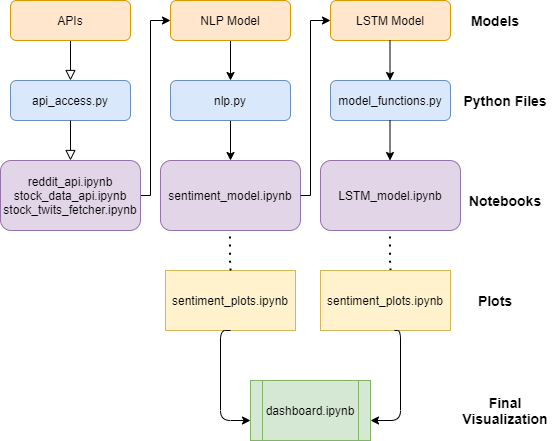
Above: images/code_flowchart.png in moartheta/MemeStockSentimentAnalysis (draw.io), before the change. Source tidied: cells renumbered, new cells last; positions are measured from the earlier drawing's top-left corner, leaving out a move shared by most shapes. The source it was exported from:
```xml
<mxGraphModel>
  <root>
    <mxCell id="0" />
    <mxCell id="1" parent="0" />
    <mxCell id="2" style="rounded=0;html=1;jettySize=auto;fontSize=11;endArrow=block;endFill=0;endSize=8;strokeWidth=1;shadow=0;labelBackgroundColor=none;edgeStyle=orthogonalEdgeStyle;entryX=0.5;entryY=0;entryDx=0;entryDy=0;" parent="1" edge="1" source="3" target="4">
      <mxGeometry relative="1" as="geometry" />
    </mxCell>
    <mxCell id="3" value="APIs" style="rounded=1;whiteSpace=wrap;html=1;fontSize=12;glass=0;strokeWidth=1;shadow=0;fillColor=#ffe6cc;strokeColor=#d79b00;" parent="1" vertex="1">
      <mxGeometry x="10" width="120" height="40" as="geometry" />
    </mxCell>
    <mxCell id="4" value="api_access.py" style="rounded=1;whiteSpace=wrap;html=1;fontSize=12;glass=0;strokeWidth=1;shadow=0;fillColor=#dae8fc;strokeColor=#6c8ebf;" parent="1" vertex="1">
      <mxGeometry x="10" y="80" width="120" height="40" as="geometry" />
    </mxCell>
    <mxCell id="5" style="edgeStyle=orthogonalEdgeStyle;rounded=0;jettySize=auto;html=1;exitX=1;exitY=0.5;exitDx=0;exitDy=0;entryX=0;entryY=0.5;entryDx=0;entryDy=0;" parent="1" edge="1" source="6" target="8">
      <mxGeometry relative="1" as="geometry">
        <Array as="points">
          <mxPoint x="150" y="195" />
          <mxPoint x="150" y="20" />
        </Array>
      </mxGeometry>
    </mxCell>
    <mxCell id="6" value="reddit_api.ipynb&lt;br&gt;stock_data_api.ipynb&lt;br&gt;stock_twits_fetcher.ipynb&lt;br&gt;" style="rounded=1;whiteSpace=wrap;html=1;fontSize=12;glass=0;strokeWidth=1;shadow=0;fillColor=#e1d5e7;strokeColor=#9673a6;" parent="1" vertex="1">
      <mxGeometry y="160" width="140" height="70" as="geometry" />
    </mxCell>
    <mxCell id="7" style="edgeStyle=orthogonalEdgeStyle;rounded=0;jettySize=auto;html=1;exitX=0.5;exitY=1;exitDx=0;exitDy=0;entryX=0.5;entryY=0;entryDx=0;entryDy=0;" parent="1" edge="1" source="8" target="10">
      <mxGeometry relative="1" as="geometry" />
    </mxCell>
    <mxCell id="8" value="NLP Model" style="rounded=1;whiteSpace=wrap;html=1;fontSize=12;glass=0;strokeWidth=1;shadow=0;fillColor=#ffe6cc;strokeColor=#d79b00;" parent="1" vertex="1">
      <mxGeometry x="170" width="120" height="40" as="geometry" />
    </mxCell>
    <mxCell id="9" style="edgeStyle=orthogonalEdgeStyle;rounded=0;jettySize=auto;html=1;exitX=0.5;exitY=1;exitDx=0;exitDy=0;" parent="1" edge="1" source="10">
      <mxGeometry relative="1" as="geometry">
        <mxPoint x="230" y="160" as="targetPoint" />
      </mxGeometry>
    </mxCell>
    <mxCell id="10" value="nlp.py" style="rounded=1;whiteSpace=wrap;html=1;fontSize=12;glass=0;strokeWidth=1;shadow=0;fillColor=#dae8fc;strokeColor=#6c8ebf;" parent="1" vertex="1">
      <mxGeometry x="170" y="80" width="120" height="40" as="geometry" />
    </mxCell>
    <mxCell id="11" style="rounded=0;html=1;jettySize=auto;fontSize=11;endArrow=block;endFill=0;endSize=8;strokeWidth=1;shadow=0;labelBackgroundColor=none;edgeStyle=orthogonalEdgeStyle;exitX=0.5;exitY=1;exitDx=0;exitDy=0;" parent="1" edge="1" source="4">
      <mxGeometry relative="1" as="geometry">
        <mxPoint x="70" y="160" as="targetPoint" />
      </mxGeometry>
    </mxCell>
    <mxCell id="12" value="sentiment_model.ipynb" style="rounded=1;whiteSpace=wrap;html=1;fontSize=12;glass=0;strokeWidth=1;shadow=0;fillColor=#e1d5e7;strokeColor=#9673a6;" parent="1" vertex="1">
      <mxGeometry x="160" y="160" width="140" height="70" as="geometry" />
    </mxCell>
    <mxCell id="13" value="sentiment_plots.ipynb" style="rounded=0;whiteSpace=wrap;html=1;fillColor=#fff2cc;strokeColor=#d6b656;" parent="1" vertex="1">
      <mxGeometry x="165" y="270" width="130" height="60" as="geometry" />
    </mxCell>
    <mxCell id="14" style="endArrow=none;dashed=1;html=1;dashPattern=1 3;strokeWidth=2;" parent="1" edge="1">
      <mxGeometry relative="1" as="geometry">
        <mxPoint x="230" y="270" as="sourcePoint" />
        <mxPoint x="229.5" y="230" as="targetPoint" />
        <Array as="points">
          <mxPoint x="229.5" y="260" />
        </Array>
      </mxGeometry>
    </mxCell>
    <mxCell id="15" style="edgeStyle=orthogonalEdgeStyle;rounded=0;orthogonalLoop=1;jettySize=auto;html=1;exitX=1;exitY=0.5;exitDx=0;exitDy=0;entryX=0;entryY=0.5;entryDx=0;entryDy=0;" parent="1" edge="1">
      <mxGeometry relative="1" as="geometry">
        <mxPoint x="300" y="195" as="sourcePoint" />
        <mxPoint x="330" y="20" as="targetPoint" />
        <Array as="points">
          <mxPoint x="310" y="195" />
          <mxPoint x="310" y="20" />
        </Array>
      </mxGeometry>
    </mxCell>
    <mxCell id="16" value="LSTM Model" style="rounded=1;whiteSpace=wrap;html=1;fontSize=12;glass=0;strokeWidth=1;shadow=0;fillColor=#ffe6cc;strokeColor=#d79b00;" parent="1" vertex="1">
      <mxGeometry x="330" width="120" height="40" as="geometry" />
    </mxCell>
    <mxCell id="17" value="model_functions.py" style="rounded=1;whiteSpace=wrap;html=1;fontSize=12;glass=0;strokeWidth=1;shadow=0;fillColor=#dae8fc;strokeColor=#6c8ebf;" parent="1" vertex="1">
      <mxGeometry x="330" y="80" width="120" height="40" as="geometry" />
    </mxCell>
    <mxCell id="18" style="edgeStyle=orthogonalEdgeStyle;rounded=0;orthogonalLoop=1;jettySize=auto;html=1;exitX=0.5;exitY=1;exitDx=0;exitDy=0;entryX=0.5;entryY=0;entryDx=0;entryDy=0;" parent="1" edge="1">
      <mxGeometry relative="1" as="geometry">
        <mxPoint x="389.5" y="40" as="sourcePoint" />
        <mxPoint x="389.5" y="80" as="targetPoint" />
      </mxGeometry>
    </mxCell>
    <mxCell id="19" value="LSTM_model.ipynb" style="rounded=1;whiteSpace=wrap;html=1;fontSize=12;glass=0;strokeWidth=1;shadow=0;fillColor=#e1d5e7;strokeColor=#9673a6;" parent="1" vertex="1">
      <mxGeometry x="320" y="160" width="140" height="70" as="geometry" />
    </mxCell>
    <mxCell id="20" style="edgeStyle=orthogonalEdgeStyle;rounded=0;orthogonalLoop=1;jettySize=auto;html=1;exitX=0.5;exitY=1;exitDx=0;exitDy=0;" parent="1" edge="1">
      <mxGeometry relative="1" as="geometry">
        <mxPoint x="389.5" y="120" as="sourcePoint" />
        <mxPoint x="389.5" y="160" as="targetPoint" />
      </mxGeometry>
    </mxCell>
    <mxCell id="21" style="endArrow=none;dashed=1;html=1;dashPattern=1 3;strokeWidth=2;" parent="1" edge="1">
      <mxGeometry relative="1" as="geometry">
        <mxPoint x="390" y="270" as="sourcePoint" />
        <mxPoint x="389.5" y="230" as="targetPoint" />
        <Array as="points">
          <mxPoint x="389.5" y="260" />
        </Array>
      </mxGeometry>
    </mxCell>
    <mxCell id="22" value="sentiment_plots.ipynb" style="rounded=0;whiteSpace=wrap;html=1;fillColor=#fff2cc;strokeColor=#d6b656;" parent="1" vertex="1">
      <mxGeometry x="320" y="270" width="130" height="60" as="geometry" />
    </mxCell>
    <mxCell id="23" value="dashboard.ipynb" style="shape=process;whiteSpace=wrap;html=1;backgroundOutline=1;fillColor=#d5e8d4;strokeColor=#82b366;" parent="1" vertex="1">
      <mxGeometry x="250" y="380" width="120" height="60" as="geometry" />
    </mxCell>
    <mxCell id="24" style="edgeStyle=segmentEdgeStyle;endArrow=classic;html=1;exitX=0.5;exitY=1;exitDx=0;exitDy=0;" parent="1" edge="1" source="13">
      <mxGeometry relative="1" as="geometry">
        <mxPoint x="250" y="420" as="targetPoint" />
        <Array as="points">
          <mxPoint x="220" y="330" />
          <mxPoint x="220" y="420" />
          <mxPoint x="250" y="420" />
        </Array>
      </mxGeometry>
    </mxCell>
    <mxCell id="25" style="edgeStyle=segmentEdgeStyle;endArrow=classic;html=1;exitX=0.5;exitY=1;exitDx=0;exitDy=0;" parent="1" edge="1">
      <mxGeometry relative="1" as="geometry">
        <mxPoint x="394" y="330" as="sourcePoint" />
        <mxPoint x="370" y="420" as="targetPoint" />
        <Array as="points">
          <mxPoint x="400" y="330" />
          <mxPoint x="400" y="420" />
          <mxPoint x="370" y="420" />
        </Array>
      </mxGeometry>
    </mxCell>
    <mxCell id="26" value="&lt;font style=&quot;font-size: 14px&quot;&gt;&lt;b&gt;Python Files&lt;/b&gt;&lt;/font&gt;" style="text;html=1;strokeColor=none;fillColor=none;align=center;verticalAlign=middle;whiteSpace=wrap;rounded=0;strokeWidth=3;" parent="1" vertex="1">
      <mxGeometry x="460" y="90" width="90" height="20" as="geometry" />
    </mxCell>
    <mxCell id="27" value="&lt;span style=&quot;font-size: 14px&quot;&gt;&lt;b&gt;Models&lt;/b&gt;&lt;/span&gt;" style="text;html=1;strokeColor=none;fillColor=none;align=center;verticalAlign=middle;whiteSpace=wrap;rounded=0;strokeWidth=3;" parent="1" vertex="1">
      <mxGeometry x="450" y="10" width="90" height="20" as="geometry" />
    </mxCell>
    <mxCell id="28" value="&lt;font style=&quot;font-size: 14px&quot;&gt;&lt;b&gt;Notebooks&lt;/b&gt;&lt;/font&gt;" style="text;html=1;strokeColor=none;fillColor=none;align=center;verticalAlign=middle;whiteSpace=wrap;rounded=0;strokeWidth=3;" parent="1" vertex="1">
      <mxGeometry x="460" y="190" width="90" height="20" as="geometry" />
    </mxCell>
    <mxCell id="29" value="&lt;span style=&quot;font-size: 14px&quot;&gt;&lt;b&gt;Plots&lt;/b&gt;&lt;/span&gt;" style="text;html=1;strokeColor=none;fillColor=none;align=center;verticalAlign=middle;whiteSpace=wrap;rounded=0;strokeWidth=3;" parent="1" vertex="1">
      <mxGeometry x="450" y="290" width="90" height="20" as="geometry" />
    </mxCell>
    <mxCell id="30" value="&lt;font style=&quot;font-size: 14px&quot;&gt;&lt;b&gt;Final Visualization&lt;/b&gt;&lt;/font&gt;" style="text;html=1;strokeColor=none;fillColor=none;align=center;verticalAlign=middle;whiteSpace=wrap;rounded=0;strokeWidth=3;" parent="1" vertex="1">
      <mxGeometry x="460" y="400" width="90" height="20" as="geometry" />
    </mxCell>
  </root>
</mxGraphModel>
```
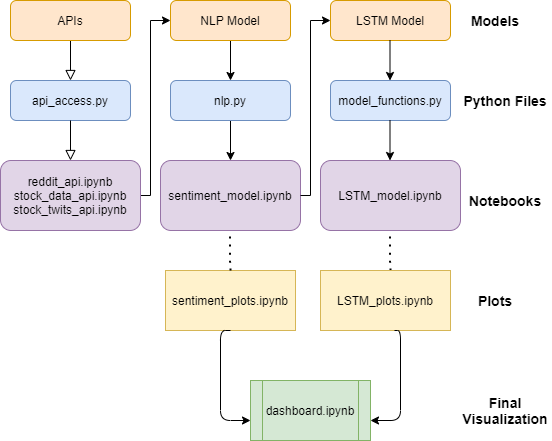
Above is the later version.

Commit message:
tweaked code_flowchart

Diff of the diagram source:
```diff
@@ -19,7 +19,7 @@
         </Array>
       </mxGeometry>
     </mxCell>
-    <mxCell id="6" value="reddit_api.ipynb&lt;br&gt;stock_data_api.ipynb&lt;br&gt;stock_twits_fetcher.ipynb&lt;br&gt;" style="rounded=1;whiteSpace=wrap;html=1;fontSize=12;glass=0;strokeWidth=1;shadow=0;fillColor=#e1d5e7;strokeColor=#9673a6;" parent="1" vertex="1">
+    <mxCell id="6" value="reddit_api.ipynb&lt;br&gt;stock_data_api.ipynb&lt;br&gt;stock_twits_api.ipynb" style="rounded=1;whiteSpace=wrap;html=1;fontSize=12;glass=0;strokeWidth=1;shadow=0;fillColor=#e1d5e7;strokeColor=#9673a6;" parent="1" vertex="1">
       <mxGeometry y="160" width="140" height="70" as="geometry" />
     </mxCell>
     <mxCell id="7" style="edgeStyle=orthogonalEdgeStyle;rounded=0;jettySize=auto;html=1;exitX=0.5;exitY=1;exitDx=0;exitDy=0;entryX=0.5;entryY=0;entryDx=0;entryDy=0;" parent="1" edge="1" source="8" target="10">
@@ -96,7 +96,7 @@
         </Array>
       </mxGeometry>
     </mxCell>
-    <mxCell id="22" value="sentiment_plots.ipynb" style="rounded=0;whiteSpace=wrap;html=1;fillColor=#fff2cc;strokeColor=#d6b656;" parent="1" vertex="1">
+    <mxCell id="22" value="LSTM_plots.ipynb" style="rounded=0;whiteSpace=wrap;html=1;fillColor=#fff2cc;strokeColor=#d6b656;" parent="1" vertex="1">
       <mxGeometry x="320" y="270" width="130" height="60" as="geometry" />
     </mxCell>
     <mxCell id="23" value="dashboard.ipynb" style="shape=process;whiteSpace=wrap;html=1;backgroundOutline=1;fillColor=#d5e8d4;strokeColor=#82b366;" parent="1" vertex="1">
```
